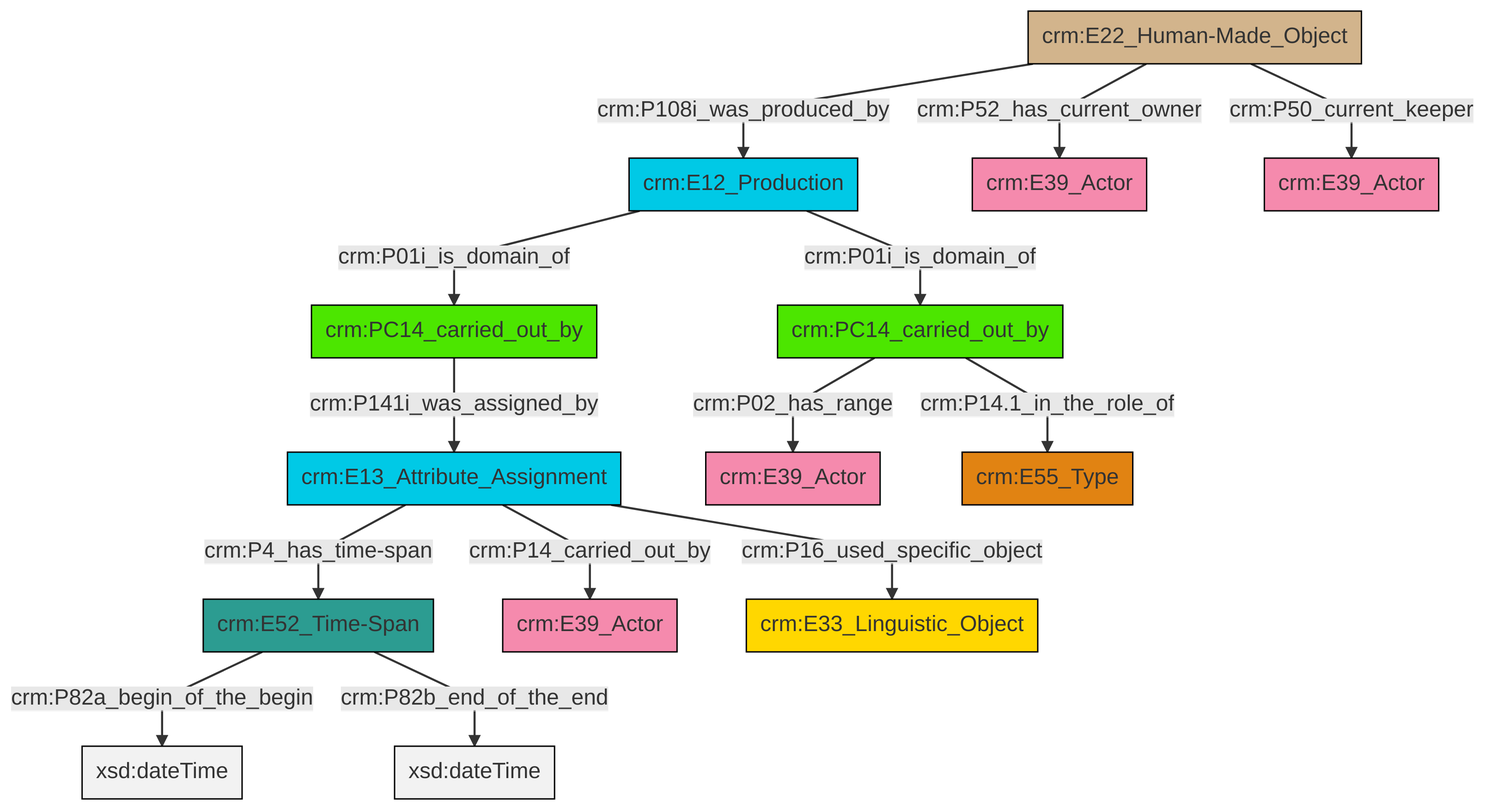
The Mermaid diagram et/carrierCSV/ttl/mmd/png/carrier_relations.png in swiss-art-research-net/docs.swissartresearch, before a commit. Its source is kept beside it as et/carrierCSV/ttl/mmd/carrier_relations.ttl.mmd.
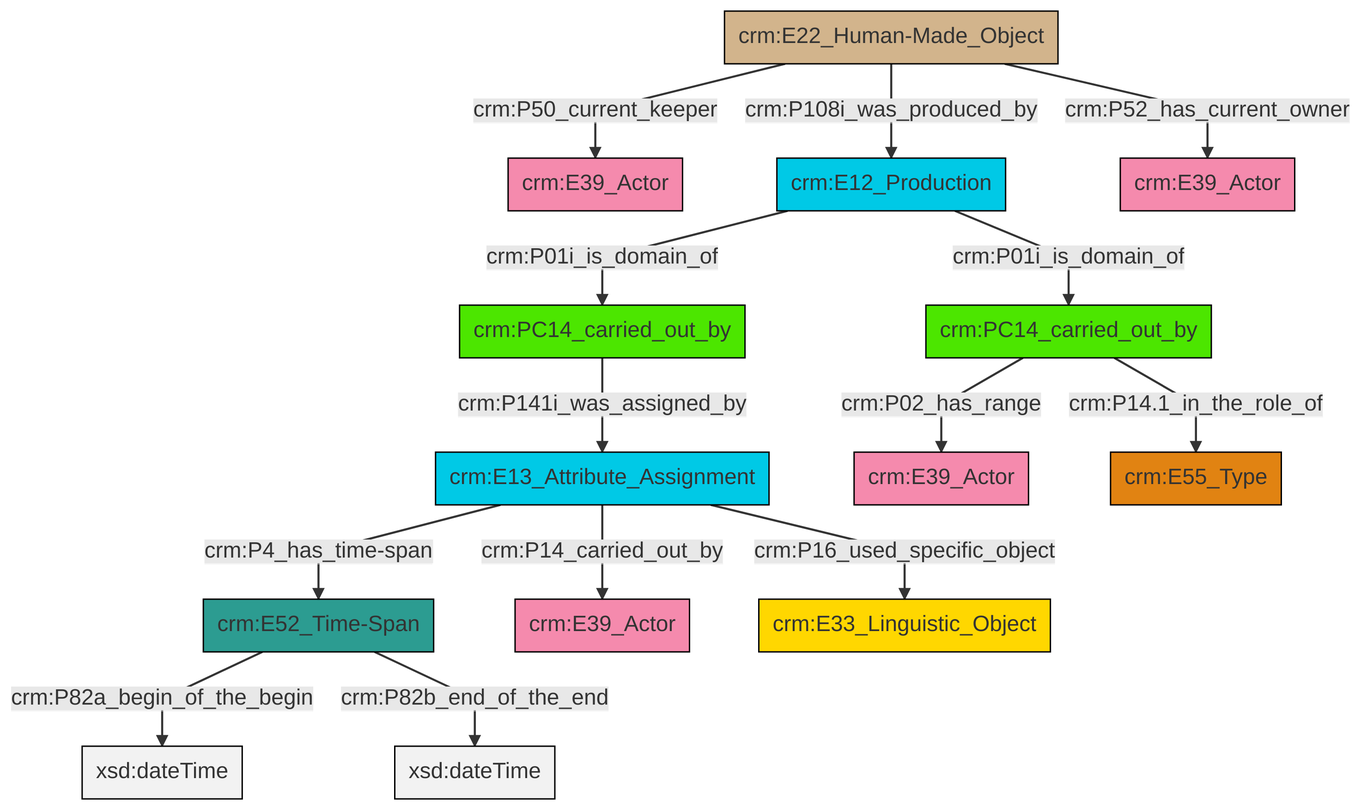
Above is the later version.

Change to the diagram source:
```diff
@@ -13,16 +13,16 @@
 classDef PC_Classes fill:#4ce600, stroke:#000000;
 classDef Multi fill:#cccccc,stroke:#000000;
 
-2["crm:E52_Time-Span"]:::Time-Span -->|crm:P82a_begin_of_the_begin| 3[xsd:dateTime]:::Literal
-4["crm:PC14_carried_out_by"]:::PC_Classes -->|crm:P141i_was_assigned_by| 5["crm:E13_Attribute_Assignment"]:::Temporal_Entity
-6["crm:E22_Human-Made_Object"]:::Physical_Thing -->|crm:P108i_was_produced_by| 0["crm:E12_Production"]:::Temporal_Entity
-6["crm:E22_Human-Made_Object"]:::Physical_Thing -->|crm:P52_has_current_owner| 9["crm:E39_Actor"]:::Actor
-14["crm:PC14_carried_out_by"]:::PC_Classes -->|crm:P14.1_in_the_role_of| 15["crm:E55_Type"]:::Type
-0["crm:E12_Production"]:::Temporal_Entity -->|crm:P01i_is_domain_of| 4["crm:PC14_carried_out_by"]:::PC_Classes
-0["crm:E12_Production"]:::Temporal_Entity -->|crm:P01i_is_domain_of| 14["crm:PC14_carried_out_by"]:::PC_Classes
-5["crm:E13_Attribute_Assignment"]:::Temporal_Entity -->|crm:P4_has_time-span| 2["crm:E52_Time-Span"]:::Time-Span
-2["crm:E52_Time-Span"]:::Time-Span -->|crm:P82b_end_of_the_end| 21[xsd:dateTime]:::Literal
-5["crm:E13_Attribute_Assignment"]:::Temporal_Entity -->|crm:P14_carried_out_by| 7["crm:E39_Actor"]:::Actor
-14["crm:PC14_carried_out_by"]:::PC_Classes -->|crm:P02_has_range| 10["crm:E39_Actor"]:::Actor
-5["crm:E13_Attribute_Assignment"]:::Temporal_Entity -->|crm:P16_used_specific_object| 18["crm:E33_Linguistic_Object"]:::Conceptual_Object
-6["crm:E22_Human-Made_Object"]:::Physical_Thing -->|crm:P50_current_keeper| 12["crm:E39_Actor"]:::Actor
+0["crm:PC14_carried_out_by"]:::PC_Classes -->|crm:P141i_was_assigned_by| 1["crm:E13_Attribute_Assignment"]:::Temporal_Entity
+2["crm:PC14_carried_out_by"]:::PC_Classes -->|crm:P02_has_range| 3["crm:E39_Actor"]:::Actor
+1["crm:E13_Attribute_Assignment"]:::Temporal_Entity -->|crm:P4_has_time-span| 9["crm:E52_Time-Span"]:::Time-Span
+12["crm:E22_Human-Made_Object"]:::Physical_Thing -->|crm:P50_current_keeper| 10["crm:E39_Actor"]:::Actor
+9["crm:E52_Time-Span"]:::Time-Span -->|crm:P82a_begin_of_the_begin| 13[xsd:dateTime]:::Literal
+2["crm:PC14_carried_out_by"]:::PC_Classes -->|crm:P14.1_in_the_role_of| 6["crm:E55_Type"]:::Type
+14["crm:E12_Production"]:::Temporal_Entity -->|crm:P01i_is_domain_of| 2["crm:PC14_carried_out_by"]:::PC_Classes
+12["crm:E22_Human-Made_Object"]:::Physical_Thing -->|crm:P52_has_current_owner| 16["crm:E39_Actor"]:::Actor
+9["crm:E52_Time-Span"]:::Time-Span -->|crm:P82b_end_of_the_end| 20[xsd:dateTime]:::Literal
+1["crm:E13_Attribute_Assignment"]:::Temporal_Entity -->|crm:P14_carried_out_by| 21["crm:E39_Actor"]:::Actor
+1["crm:E13_Attribute_Assignment"]:::Temporal_Entity -->|crm:P16_used_specific_object| 23["crm:E33_Linguistic_Object"]:::Conceptual_Object
+12["crm:E22_Human-Made_Object"]:::Physical_Thing -->|crm:P108i_was_produced_by| 14["crm:E12_Production"]:::Temporal_Entity
+14["crm:E12_Production"]:::Temporal_Entity -->|crm:P01i_is_domain_of| 0["crm:PC14_carried_out_by"]:::PC_Classes
```
